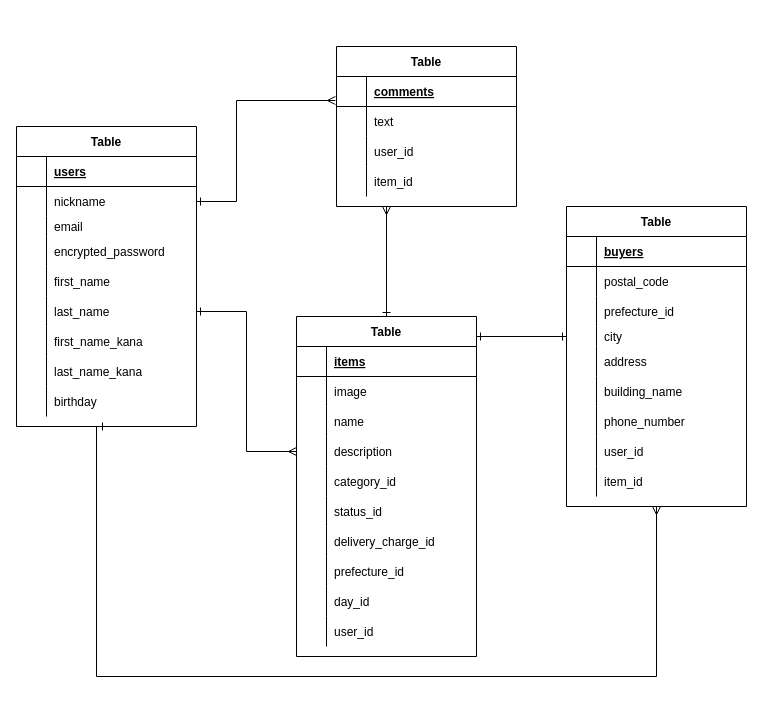
Earlier version of the draw.io diagram furima.dio (HamazakiHisanori/furima-35157). Source tidied: cells renumbered, new cells numbered last; positions are measured from the earlier drawing's top-left corner, leaving out a move shared by most shapes. Both pictures are drawn from the tidied source at 100%, with x=0, y=0 at pixel (16, 46).
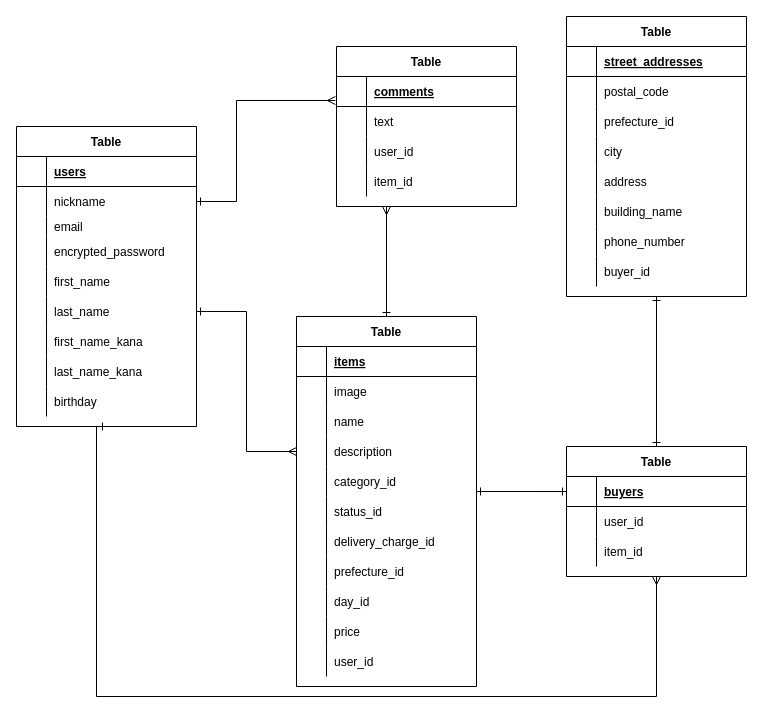
The same page after the edit.

Commit message (it also covers changes not shown here):
データベース設計修正2

Unchanged cells that the change refers to:
```xml
<mxCell id="3" value="Table" style="shape=table;startSize=30;childLayout=tableLayout;rowLines=0;fontStyle=1;align=center;" parent="1" vertex="1">
  <mxGeometry y="80" width="180" height="300" as="geometry" />
</mxCell>
<mxCell id="32" style="shape=partialRectangle;fillColor=none;top=0;left=0;bottom=1;right=0;points=[[0,0.5],[1,0.5]];portConstraint=eastwest;" parent="31" vertex="1">
  <mxGeometry y="30" width="180" height="30" as="geometry" />
</mxCell>
<mxCell id="90" style="shape=partialRectangle;fillColor=none;top=0;left=0;bottom=0;right=0;points=[[0,0.5],[1,0.5]];portConstraint=eastwest;" parent="74" vertex="1">
  <mxGeometry y="180" width="180" height="30" as="geometry" />
</mxCell>
```

Change to the diagram source:
```diff
@@
     <mxCell id="2" style="edgeStyle=orthogonalEdgeStyle;rounded=0;jettySize=auto;html=1;exitX=0.5;exitY=1;exitDx=0;exitDy=0;startArrow=ERone;startFill=0;endArrow=ERmany;endFill=0;entryX=0.5;entryY=1;entryDx=0;entryDy=0;" parent="1" edge="1" source="3" target="31">
       <mxGeometry relative="1" as="geometry">
         <Array as="points">
           <mxPoint x="80" y="380" />
-          <mxPoint x="80" y="630" />
-          <mxPoint x="640" y="630" />
+          <mxPoint x="80" y="650" />
+          <mxPoint x="640" y="650" />
         </Array>
       </mxGeometry>
     </mxCell>
@@
+    <mxCell id="108" style="edgeStyle=orthogonalEdgeStyle;rounded=0;jettySize=auto;html=1;exitX=0.5;exitY=0;exitDx=0;exitDy=0;entryX=0.5;entryY=1;entryDx=0;entryDy=0;startArrow=ERone;startFill=0;endArrow=ERone;endFill=0;" parent="1" edge="1" source="31" target="112">
+      <mxGeometry relative="1" as="geometry" />
+    </mxCell>
     <mxCell id="31" value="Table" style="shape=table;startSize=30;childLayout=tableLayout;rowLines=0;fontStyle=1;align=center;" parent="1" vertex="1">
-      <mxGeometry x="550" y="160" width="180" height="300" as="geometry" />
+      <mxGeometry x="550" y="400" width="180" height="130" as="geometry" />
     </mxCell>
@@
-    <mxCell id="35" style="shape=partialRectangle;fillColor=none;top=0;left=0;bottom=0;right=0;" parent="31" vertex="1">
-      <mxGeometry y="60" width="180" height="30" as="geometry" />
-    </mxCell>
-    <mxCell id="36" style="shape=partialRectangle;fillColor=none;top=0;left=0;bottom=0;right=0;overflow=hidden;" parent="35" vertex="1">
-      <mxGeometry width="30" height="30" as="geometry" />
-    </mxCell>
-    <mxCell id="37" value="postal_code" style="shape=partialRectangle;fillColor=none;top=0;left=0;bottom=0;right=0;align=left;spacingLeft=6;overflow=hidden;" parent="35" vertex="1">
-      <mxGeometry x="30" width="150" height="30" as="geometry" />
-    </mxCell>
-    <mxCell id="38" style="shape=partialRectangle;fillColor=none;top=0;left=0;bottom=0;right=0;" parent="31" vertex="1">
-      <mxGeometry y="90" width="180" height="30" as="geometry" />
-    </mxCell>
-    <mxCell id="39" style="shape=partialRectangle;fillColor=none;top=0;left=0;bottom=0;right=0;overflow=hidden;" parent="38" vertex="1">
-      <mxGeometry width="30" height="30" as="geometry" />
-    </mxCell>
-    <mxCell id="40" value="prefecture_id" style="shape=partialRectangle;fillColor=none;top=0;left=0;bottom=0;right=0;align=left;spacingLeft=6;overflow=hidden;" parent="38" vertex="1">
-      <mxGeometry x="30" width="150" height="30" as="geometry" />
-    </mxCell>
-    <mxCell id="41" style="shape=partialRectangle;fillColor=none;top=0;left=0;bottom=0;right=0;points=[[0,0.5],[1,0.5]];portConstraint=eastwest;" parent="31" vertex="1">
-      <mxGeometry y="120" width="180" height="20" as="geometry" />
-    </mxCell>
-    <mxCell id="42" style="shape=partialRectangle;fillColor=none;top=0;left=0;bottom=0;right=0;overflow=hidden;" parent="41" vertex="1">
-      <mxGeometry width="30" height="20" as="geometry" />
-    </mxCell>
-    <mxCell id="43" value="city" style="shape=partialRectangle;fillColor=none;top=0;left=0;bottom=0;right=0;align=left;spacingLeft=6;overflow=hidden;" parent="41" vertex="1">
-      <mxGeometry x="30" width="150" height="20" as="geometry" />
-    </mxCell>
-    <mxCell id="44" style="shape=partialRectangle;fillColor=none;top=0;left=0;bottom=0;right=0;" parent="31" vertex="1">
-      <mxGeometry y="140" width="180" height="30" as="geometry" />
-    </mxCell>
-    <mxCell id="45" style="shape=partialRectangle;fillColor=none;top=0;left=0;bottom=0;right=0;overflow=hidden;" parent="44" vertex="1">
-      <mxGeometry width="30" height="30" as="geometry" />
-    </mxCell>
-    <mxCell id="46" value="address" style="shape=partialRectangle;fillColor=none;top=0;left=0;bottom=0;right=0;align=left;spacingLeft=6;overflow=hidden;" parent="44" vertex="1">
-      <mxGeometry x="30" width="150" height="30" as="geometry" />
-    </mxCell>
-    <mxCell id="47" style="shape=partialRectangle;fillColor=none;top=0;left=0;bottom=0;right=0;" parent="31" vertex="1">
-      <mxGeometry y="170" width="180" height="30" as="geometry" />
-    </mxCell>
-    <mxCell id="48" style="shape=partialRectangle;fillColor=none;top=0;left=0;bottom=0;right=0;overflow=hidden;" parent="47" vertex="1">
-      <mxGeometry width="30" height="30" as="geometry" />
-    </mxCell>
-    <mxCell id="49" value="building_name" style="shape=partialRectangle;fillColor=none;top=0;left=0;bottom=0;right=0;align=left;spacingLeft=6;overflow=hidden;" parent="47" vertex="1">
-      <mxGeometry x="30" width="150" height="30" as="geometry" />
-    </mxCell>
-    <mxCell id="50" style="shape=partialRectangle;fillColor=none;top=0;left=0;bottom=0;right=0;" parent="31" vertex="1">
-      <mxGeometry y="200" width="180" height="30" as="geometry" />
-    </mxCell>
-    <mxCell id="51" style="shape=partialRectangle;fillColor=none;top=0;left=0;bottom=0;right=0;overflow=hidden;" parent="50" vertex="1">
-      <mxGeometry width="30" height="30" as="geometry" />
-    </mxCell>
-    <mxCell id="52" value="phone_number" style="shape=partialRectangle;fillColor=none;top=0;left=0;bottom=0;right=0;align=left;spacingLeft=6;overflow=hidden;" parent="50" vertex="1">
-      <mxGeometry x="30" width="150" height="30" as="geometry" />
-    </mxCell>
     <mxCell id="53" style="shape=partialRectangle;fillColor=none;top=0;left=0;bottom=0;right=0;" parent="31" vertex="1">
-      <mxGeometry y="230" width="180" height="30" as="geometry" />
+      <mxGeometry y="60" width="180" height="30" as="geometry" />
     </mxCell>
@@
     <mxCell id="56" style="shape=partialRectangle;fillColor=none;top=0;left=0;bottom=0;right=0;" parent="31" vertex="1">
-      <mxGeometry y="260" width="180" height="30" as="geometry" />
+      <mxGeometry y="90" width="180" height="30" as="geometry" />
     </mxCell>
@@
     <mxCell id="74" value="Table" style="shape=table;startSize=30;childLayout=tableLayout;rowLines=0;fontStyle=1;align=center;" parent="1" vertex="1">
-      <mxGeometry x="280" y="270" width="180" height="340" as="geometry" />
+      <mxGeometry x="280" y="270" width="180" height="370" as="geometry" />
     </mxCell>
@@
+    <mxCell id="109" style="shape=partialRectangle;fillColor=none;top=0;left=0;bottom=0;right=0;" parent="74" vertex="1">
+      <mxGeometry y="300" width="180" height="30" as="geometry" />
+    </mxCell>
+    <mxCell id="110" style="shape=partialRectangle;fillColor=none;top=0;left=0;bottom=0;right=0;overflow=hidden;" parent="109" vertex="1">
+      <mxGeometry width="30" height="30" as="geometry" />
+    </mxCell>
+    <mxCell id="111" value="price" style="shape=partialRectangle;fillColor=none;top=0;left=0;bottom=0;right=0;align=left;spacingLeft=6;overflow=hidden;" parent="109" vertex="1">
+      <mxGeometry x="30" width="150" height="30" as="geometry" />
+    </mxCell>
     <mxCell id="102" style="shape=partialRectangle;fillColor=none;top=0;left=0;bottom=0;right=0;" parent="74" vertex="1">
-      <mxGeometry y="300" width="180" height="30" as="geometry" />
+      <mxGeometry y="330" width="180" height="30" as="geometry" />
     </mxCell>
@@
-    <mxCell id="106" style="edgeStyle=none;rounded=0;jumpStyle=arc;jettySize=auto;html=1;entryX=0;entryY=0.5;entryDx=0;entryDy=0;startArrow=ERone;startFill=0;sourcePerimeterSpacing=0;endArrow=ERone;endFill=0;" parent="1" edge="1" target="41">
-      <mxGeometry relative="1" as="geometry">
-        <mxPoint x="460" y="290" as="sourcePoint" />
-      </mxGeometry>
+    <mxCell id="106" style="edgeStyle=none;rounded=0;jumpStyle=arc;jettySize=auto;html=1;entryX=0;entryY=0.5;entryDx=0;entryDy=0;startArrow=ERone;startFill=0;sourcePerimeterSpacing=0;endArrow=ERone;endFill=0;exitX=1;exitY=-0.167;exitDx=0;exitDy=0;exitPerimeter=0;" parent="1" edge="1" source="90" target="32">
+      <mxGeometry relative="1" as="geometry" />
     </mxCell>
@@
+    <mxCell id="112" value="Table" style="shape=table;startSize=30;childLayout=tableLayout;rowLines=0;fontStyle=1;align=center;" parent="1" vertex="1">
+      <mxGeometry x="550" y="-30" width="180" height="280" as="geometry" />
+    </mxCell>
+    <mxCell id="113" style="shape=partialRectangle;fillColor=none;top=0;left=0;bottom=1;right=0;" parent="112" vertex="1">
+      <mxGeometry y="30" width="180" height="30" as="geometry" />
+    </mxCell>
+    <mxCell id="114" style="shape=partialRectangle;fillColor=none;top=0;left=0;bottom=0;right=0;fontStyle=1;overflow=hidden;" parent="113" vertex="1">
+      <mxGeometry width="30" height="30" as="geometry" />
+    </mxCell>
+    <mxCell id="115" value="street_addresses" style="shape=partialRectangle;fillColor=none;top=0;left=0;bottom=0;right=0;align=left;spacingLeft=6;fontStyle=5;overflow=hidden;" parent="113" vertex="1">
+      <mxGeometry x="30" width="150" height="30" as="geometry" />
+    </mxCell>
+    <mxCell id="35" style="shape=partialRectangle;fillColor=none;top=0;left=0;bottom=0;right=0;" parent="112" vertex="1">
+      <mxGeometry y="60" width="180" height="30" as="geometry" />
+    </mxCell>
+    <mxCell id="116" style="shape=partialRectangle;fillColor=none;top=0;left=0;bottom=0;right=0;overflow=hidden;" parent="35" vertex="1">
+      <mxGeometry width="30" height="30" as="geometry" />
+    </mxCell>
+    <mxCell id="37" value="postal_code" style="shape=partialRectangle;fillColor=none;top=0;left=0;bottom=0;right=0;align=left;spacingLeft=6;overflow=hidden;" parent="35" vertex="1">
+      <mxGeometry x="30" width="150" height="30" as="geometry" />
+    </mxCell>
+    <mxCell id="38" style="shape=partialRectangle;fillColor=none;top=0;left=0;bottom=0;right=0;" parent="112" vertex="1">
+      <mxGeometry y="90" width="180" height="30" as="geometry" />
+    </mxCell>
+    <mxCell id="117" style="shape=partialRectangle;fillColor=none;top=0;left=0;bottom=0;right=0;overflow=hidden;" parent="38" vertex="1">
+      <mxGeometry width="30" height="30" as="geometry" />
+    </mxCell>
+    <mxCell id="40" value="prefecture_id" style="shape=partialRectangle;fillColor=none;top=0;left=0;bottom=0;right=0;align=left;spacingLeft=6;overflow=hidden;" parent="38" vertex="1">
+      <mxGeometry x="30" width="150" height="30" as="geometry" />
+    </mxCell>
+    <mxCell id="118" style="shape=partialRectangle;fillColor=none;top=0;left=0;bottom=0;right=0;" parent="112" vertex="1">
+      <mxGeometry y="120" width="180" height="30" as="geometry" />
+    </mxCell>
+    <mxCell id="119" style="shape=partialRectangle;fillColor=none;top=0;left=0;bottom=0;right=0;overflow=hidden;" parent="118" vertex="1">
+      <mxGeometry width="30" height="30" as="geometry" />
+    </mxCell>
+    <mxCell id="43" value="city" style="shape=partialRectangle;fillColor=none;top=0;left=0;bottom=0;right=0;align=left;spacingLeft=6;overflow=hidden;" parent="118" vertex="1">
+      <mxGeometry x="30" width="150" height="30" as="geometry" />
+    </mxCell>
+    <mxCell id="120" style="shape=partialRectangle;fillColor=none;top=0;left=0;bottom=0;right=0;" parent="112" vertex="1">
+      <mxGeometry y="150" width="180" height="30" as="geometry" />
+    </mxCell>
+    <mxCell id="121" style="shape=partialRectangle;fillColor=none;top=0;left=0;bottom=0;right=0;overflow=hidden;" parent="120" vertex="1">
+      <mxGeometry width="30" height="30" as="geometry" />
+    </mxCell>
+    <mxCell id="46" value="address" style="shape=partialRectangle;fillColor=none;top=0;left=0;bottom=0;right=0;align=left;spacingLeft=6;overflow=hidden;" parent="120" vertex="1">
+      <mxGeometry x="30" width="150" height="30" as="geometry" />
+    </mxCell>
+    <mxCell id="122" style="shape=partialRectangle;fillColor=none;top=0;left=0;bottom=0;right=0;" parent="112" vertex="1">
+      <mxGeometry y="180" width="180" height="30" as="geometry" />
+    </mxCell>
+    <mxCell id="123" style="shape=partialRectangle;fillColor=none;top=0;left=0;bottom=0;right=0;overflow=hidden;" parent="122" vertex="1">
+      <mxGeometry width="30" height="30" as="geometry" />
+    </mxCell>
+    <mxCell id="49" value="building_name" style="shape=partialRectangle;fillColor=none;top=0;left=0;bottom=0;right=0;align=left;spacingLeft=6;overflow=hidden;" parent="122" vertex="1">
+      <mxGeometry x="30" width="150" height="30" as="geometry" />
+    </mxCell>
+    <mxCell id="124" style="shape=partialRectangle;fillColor=none;top=0;left=0;bottom=0;right=0;" parent="112" vertex="1">
+      <mxGeometry y="210" width="180" height="30" as="geometry" />
+    </mxCell>
+    <mxCell id="125" style="shape=partialRectangle;fillColor=none;top=0;left=0;bottom=0;right=0;overflow=hidden;" parent="124" vertex="1">
+      <mxGeometry width="30" height="30" as="geometry" />
+    </mxCell>
+    <mxCell id="52" value="phone_number" style="shape=partialRectangle;fillColor=none;top=0;left=0;bottom=0;right=0;align=left;spacingLeft=6;overflow=hidden;" parent="124" vertex="1">
+      <mxGeometry x="30" width="150" height="30" as="geometry" />
+    </mxCell>
+    <mxCell id="126" style="shape=partialRectangle;fillColor=none;top=0;left=0;bottom=0;right=0;" parent="112" vertex="1">
+      <mxGeometry y="240" width="180" height="30" as="geometry" />
+    </mxCell>
+    <mxCell id="127" style="shape=partialRectangle;fillColor=none;top=0;left=0;bottom=0;right=0;overflow=hidden;" parent="126" vertex="1">
+      <mxGeometry width="30" height="30" as="geometry" />
+    </mxCell>
+    <mxCell id="128" value="buyer_id" style="shape=partialRectangle;fillColor=none;top=0;left=0;bottom=0;right=0;align=left;spacingLeft=6;overflow=hidden;" parent="126" vertex="1">
+      <mxGeometry x="30" width="150" height="30" as="geometry" />
+    </mxCell>
```
